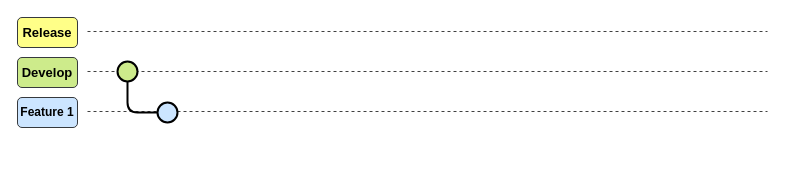
Above: page "Feature5" (2 of 2) of 03_ImagenesRepo/01_GitFlow.drawio in LEOSZ8/Tesis_Msc_LSZ (draw.io), before the change. Source tidied: cells renumbered, new cells numbered last; positions are measured from the earlier drawing's top-left corner, leaving out a move shared by most shapes. Both pictures are drawn from the tidied source at 100%, with x=0, y=0 at pixel (17, 17).
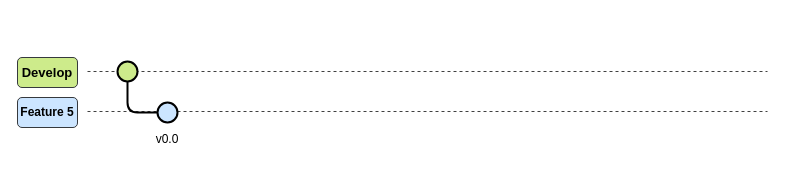
The same page after the edit.

What changed in the source:
```diff
@@
 <mxGraphModel>
   <root>
     <mxCell id="0" />
     <mxCell id="1" parent="0" />
-    <mxCell id="2" style="endArrow=none;html=1;rounded=0;dashed=1;opacity=75;" parent="1" edge="1">
-      <mxGeometry relative="1" as="geometry">
-        <mxPoint x="70" y="14" as="sourcePoint" />
-        <mxPoint x="750" y="14" as="targetPoint" />
-      </mxGeometry>
-    </mxCell>
     <mxCell id="3" style="endArrow=none;html=1;rounded=0;dashed=1;opacity=75;" parent="1" edge="1">
       <mxGeometry relative="1" as="geometry">
         <mxPoint x="70" y="54" as="sourcePoint" />
         <mxPoint x="750" y="54" as="targetPoint" />
       </mxGeometry>
     </mxCell>
     <mxCell id="4" style="endArrow=none;html=1;rounded=0;dashed=1;opacity=75;" parent="1" edge="1">
       <mxGeometry relative="1" as="geometry">
         <mxPoint x="70" y="94" as="sourcePoint" />
         <mxPoint x="750" y="94" as="targetPoint" />
       </mxGeometry>
     </mxCell>
-    <mxCell id="5" value="&lt;b style=&quot;&quot;&gt;&lt;font style=&quot;font-size: 13px;&quot;&gt;Release&lt;/font&gt;&lt;/b&gt;" style="rounded=1;whiteSpace=wrap;html=1;fillColor=#ffff88;strokeColor=#36393d;" parent="1" vertex="1">
-      <mxGeometry width="60" height="30" as="geometry" />
-    </mxCell>
     <mxCell id="6" value="&lt;b&gt;&lt;font style=&quot;font-size: 13px;&quot;&gt;Develop&lt;/font&gt;&lt;/b&gt;" style="rounded=1;whiteSpace=wrap;html=1;fillColor=#cdeb8b;strokeColor=#36393d;" parent="1" vertex="1">
       <mxGeometry y="40" width="60" height="30" as="geometry" />
     </mxCell>
-    <mxCell id="7" value="&lt;b&gt;&lt;font&gt;Feature 1&lt;/font&gt;&lt;/b&gt;" style="rounded=1;whiteSpace=wrap;html=1;fillColor=#cce5ff;strokeColor=#36393d;" parent="1" vertex="1">
+    <mxCell id="7" value="&lt;b&gt;&lt;font&gt;Feature 5&lt;/font&gt;&lt;/b&gt;" style="rounded=1;whiteSpace=wrap;html=1;fillColor=#cce5ff;strokeColor=#36393d;" parent="1" vertex="1">
       <mxGeometry y="80" width="60" height="30" as="geometry" />
     </mxCell>
     <mxCell id="8" style="ellipse;whiteSpace=wrap;html=1;fillColor=#cdeb8b;strokeColor=#000000;strokeWidth=2;" parent="1" vertex="1">
       <mxGeometry x="100" y="44" width="20" height="20" as="geometry" />
     </mxCell>
     <mxCell id="9" style="edgeStyle=orthogonalEdgeStyle;rounded=1;jettySize=auto;html=1;curved=0;strokeWidth=2;endArrow=none;startFill=0;" parent="1" edge="1" source="10" target="8">
       <mxGeometry relative="1" as="geometry" />
     </mxCell>
     <mxCell id="10" style="ellipse;whiteSpace=wrap;html=1;fillColor=#cce5ff;strokeColor=#000000;strokeWidth=2;" parent="1" vertex="1">
       <mxGeometry x="140" y="85" width="20" height="20" as="geometry" />
     </mxCell>
+    <mxCell id="11" value="v0.0" style="text;html=1;align=center;verticalAlign=middle;whiteSpace=wrap;rounded=0;" parent="1" vertex="1">
+      <mxGeometry x="120" y="107" width="60" height="30" as="geometry" />
+    </mxCell>
   </root>
 </mxGraphModel>
```
